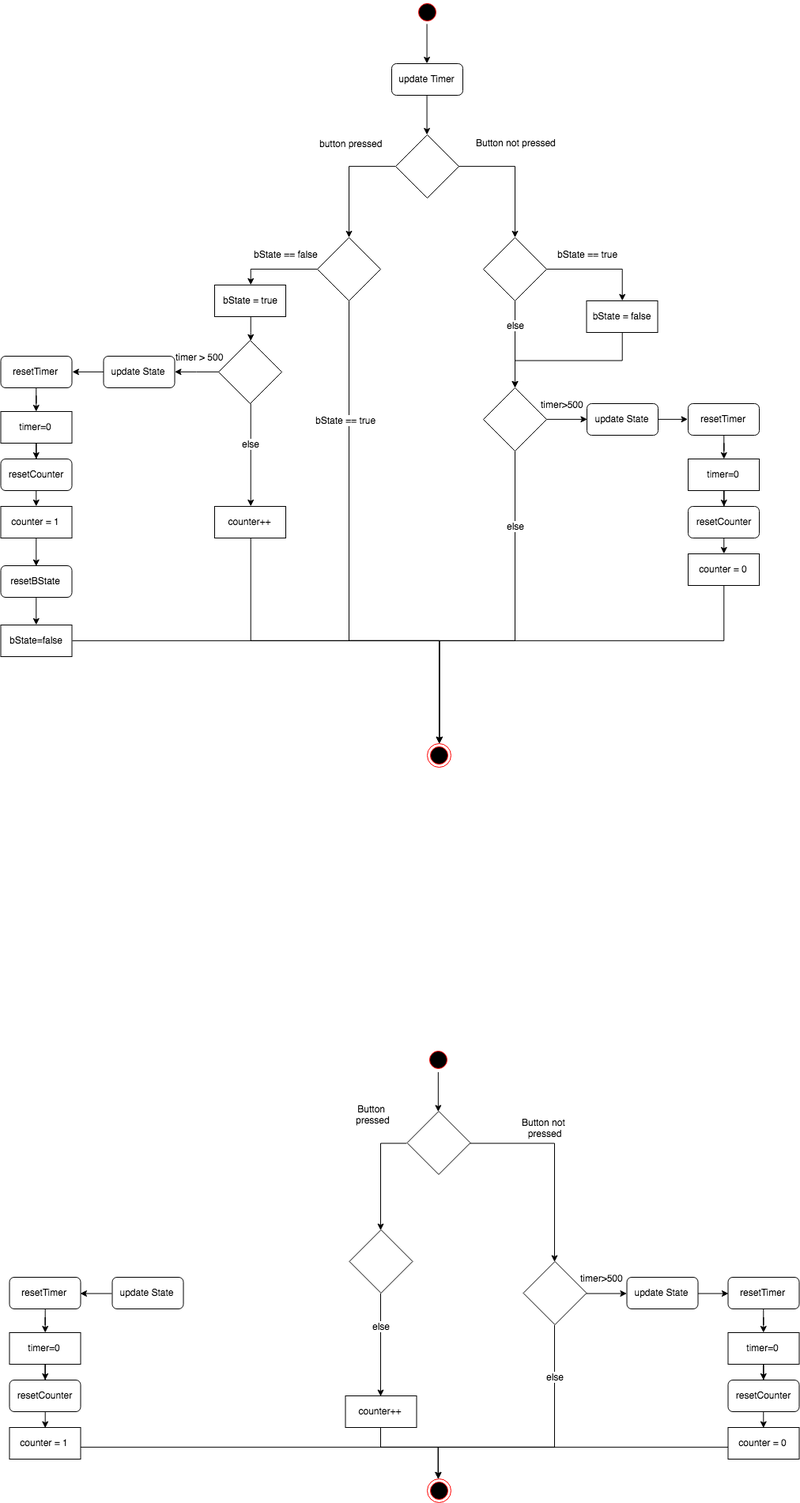
Above: doc/classes/ActionButton.png in LucasCoraca/M365-Unlocked (draw.io), before the change. Source tidied: cells renumbered, new cells last; positions are measured from the earlier drawing's top-left corner, leaving out a move shared by most shapes.
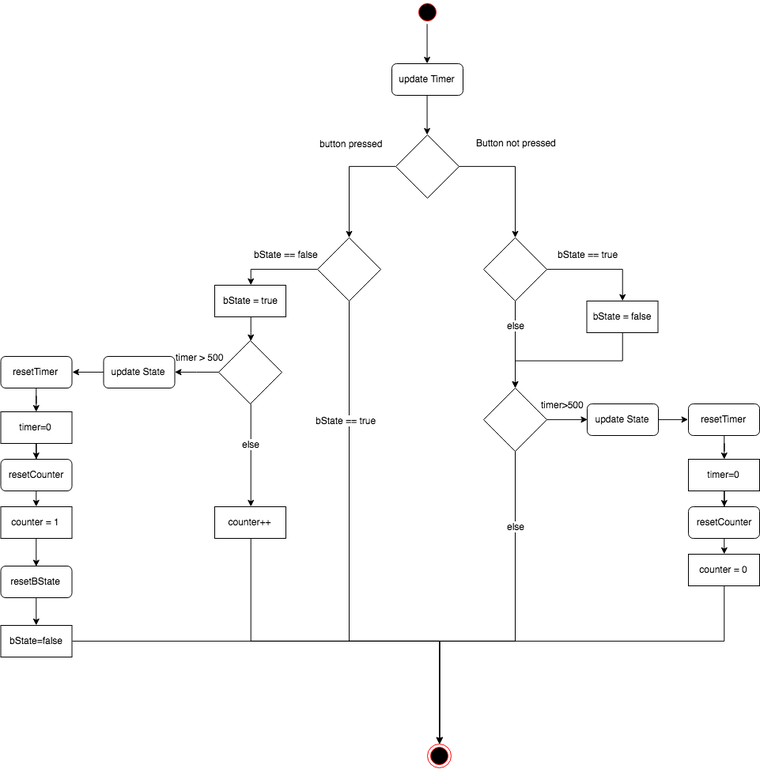
Later version of the same file.

Change to the diagram source:
```diff
@@ -2,154 +2,6 @@
   <root>
     <mxCell id="0" />
     <mxCell id="1" parent="0" />
-    <mxCell id="2" style="edgeStyle=orthogonalEdgeStyle;rounded=0;jettySize=auto;html=1;" parent="1" edge="1" source="3" target="9">
-      <mxGeometry relative="1" as="geometry" />
-    </mxCell>
-    <mxCell id="3" value="resetTimer" style="rounded=1;whiteSpace=wrap;html=1;" parent="1" vertex="1">
-      <mxGeometry x="10.5" y="1615" width="90" height="40" as="geometry" />
-    </mxCell>
-    <mxCell id="4" style="edgeStyle=orthogonalEdgeStyle;rounded=0;jettySize=auto;html=1;exitX=0.5;exitY=1;exitDx=0;exitDy=0;entryX=0.5;entryY=0;entryDx=0;entryDy=0;" parent="1" edge="1" source="5" target="7">
-      <mxGeometry relative="1" as="geometry" />
-    </mxCell>
-    <mxCell id="5" value="resetCounter" style="rounded=1;whiteSpace=wrap;html=1;" parent="1" vertex="1">
-      <mxGeometry x="10.5" y="1745" width="90" height="40" as="geometry" />
-    </mxCell>
-    <mxCell id="6" style="edgeStyle=orthogonalEdgeStyle;rounded=0;jettySize=auto;html=1;exitX=1;exitY=0.5;exitDx=0;exitDy=0;entryX=0.5;entryY=0;entryDx=0;entryDy=0;" parent="1" edge="1" source="7" target="39">
-      <mxGeometry relative="1" as="geometry">
-        <Array as="points">
-          <mxPoint x="100.5" y="1830" />
-          <mxPoint x="553.5" y="1830" />
-        </Array>
-      </mxGeometry>
-    </mxCell>
-    <mxCell id="7" value="counter = 1" style="rounded=0;whiteSpace=wrap;html=1;" parent="1" vertex="1">
-      <mxGeometry x="10.5" y="1805" width="90" height="40" as="geometry" />
-    </mxCell>
-    <mxCell id="8" style="edgeStyle=orthogonalEdgeStyle;rounded=0;jettySize=auto;html=1;" parent="1" edge="1" source="9" target="5">
-      <mxGeometry relative="1" as="geometry" />
-    </mxCell>
-    <mxCell id="9" value="timer=0" style="rounded=0;whiteSpace=wrap;html=1;" parent="1" vertex="1">
-      <mxGeometry x="10.5" y="1685" width="90" height="40" as="geometry" />
-    </mxCell>
-    <mxCell id="10" style="edgeStyle=orthogonalEdgeStyle;rounded=0;jettySize=auto;html=1;exitX=0.5;exitY=1;exitDx=0;exitDy=0;entryX=0.5;entryY=0;entryDx=0;entryDy=0;" parent="1" edge="1" source="12" target="14">
-      <mxGeometry relative="1" as="geometry" />
-    </mxCell>
-    <mxCell id="11" value="else" style="text;html=1;align=center;verticalAlign=middle;labelBackgroundColor=#ffffff;" parent="10" vertex="1">
-      <mxGeometry x="-0.47" y="-3" relative="1" as="geometry">
-        <mxPoint x="3" y="6" as="offset" />
-      </mxGeometry>
-    </mxCell>
-    <mxCell id="12" style="rhombus;whiteSpace=wrap;html=1;" parent="1" vertex="1">
-      <mxGeometry x="440.5" y="1555" width="80" height="80" as="geometry" />
-    </mxCell>
-    <mxCell id="13" style="edgeStyle=orthogonalEdgeStyle;rounded=0;jettySize=auto;html=1;exitX=0.5;exitY=1;exitDx=0;exitDy=0;entryX=0.5;entryY=0;entryDx=0;entryDy=0;" parent="1" edge="1" source="14" target="39">
-      <mxGeometry relative="1" as="geometry">
-        <Array as="points">
-          <mxPoint x="480.5" y="1830" />
-          <mxPoint x="553.5" y="1830" />
-        </Array>
-      </mxGeometry>
-    </mxCell>
-    <mxCell id="14" value="counter++" style="rounded=0;whiteSpace=wrap;html=1;" parent="1" vertex="1">
-      <mxGeometry x="435.5" y="1765" width="90" height="40" as="geometry" />
-    </mxCell>
-    <mxCell id="15" style="edgeStyle=orthogonalEdgeStyle;rounded=0;jettySize=auto;html=1;" parent="1" edge="1" source="16" target="22">
-      <mxGeometry relative="1" as="geometry" />
-    </mxCell>
-    <mxCell id="16" value="resetTimer" style="rounded=1;whiteSpace=wrap;html=1;" parent="1" vertex="1">
-      <mxGeometry x="919.5" y="1615" width="90" height="40" as="geometry" />
-    </mxCell>
-    <mxCell id="17" style="edgeStyle=orthogonalEdgeStyle;rounded=0;jettySize=auto;html=1;exitX=0.5;exitY=1;exitDx=0;exitDy=0;entryX=0.5;entryY=0;entryDx=0;entryDy=0;" parent="1" edge="1" source="18" target="20">
-      <mxGeometry relative="1" as="geometry" />
-    </mxCell>
-    <mxCell id="18" value="resetCounter" style="rounded=1;whiteSpace=wrap;html=1;" parent="1" vertex="1">
-      <mxGeometry x="919.5" y="1745" width="90" height="40" as="geometry" />
-    </mxCell>
-    <mxCell id="19" style="edgeStyle=orthogonalEdgeStyle;rounded=0;jettySize=auto;html=1;exitX=0;exitY=0.5;exitDx=0;exitDy=0;entryX=0.5;entryY=0;entryDx=0;entryDy=0;" parent="1" edge="1" source="20" target="39">
-      <mxGeometry relative="1" as="geometry">
-        <Array as="points">
-          <mxPoint x="919.5" y="1830" />
-          <mxPoint x="553.5" y="1830" />
-        </Array>
-      </mxGeometry>
-    </mxCell>
-    <mxCell id="20" value="counter = 0" style="rounded=0;whiteSpace=wrap;html=1;" parent="1" vertex="1">
-      <mxGeometry x="919.5" y="1805" width="90" height="40" as="geometry" />
-    </mxCell>
-    <mxCell id="21" style="edgeStyle=orthogonalEdgeStyle;rounded=0;jettySize=auto;html=1;" parent="1" edge="1" source="22" target="18">
-      <mxGeometry relative="1" as="geometry" />
-    </mxCell>
-    <mxCell id="22" value="timer=0" style="rounded=0;whiteSpace=wrap;html=1;" parent="1" vertex="1">
-      <mxGeometry x="919.5" y="1685" width="90" height="40" as="geometry" />
-    </mxCell>
-    <mxCell id="23" style="edgeStyle=orthogonalEdgeStyle;rounded=0;jettySize=auto;html=1;exitX=0.5;exitY=1;exitDx=0;exitDy=0;entryX=0.5;entryY=0;entryDx=0;entryDy=0;" parent="1" edge="1" source="27" target="39">
-      <mxGeometry relative="1" as="geometry">
-        <Array as="points">
-          <mxPoint x="700.5" y="1830" />
-          <mxPoint x="553.5" y="1830" />
-        </Array>
-      </mxGeometry>
-    </mxCell>
-    <mxCell id="24" value="else" style="text;html=1;align=center;verticalAlign=middle;labelBackgroundColor=#ffffff;" parent="23" vertex="1">
-      <mxGeometry x="-0.47" y="-3" relative="1" as="geometry">
-        <mxPoint x="3" y="-25" as="offset" />
-      </mxGeometry>
-    </mxCell>
-    <mxCell id="25" style="edgeStyle=orthogonalEdgeStyle;rounded=0;jettySize=auto;html=1;exitX=1;exitY=0.5;exitDx=0;exitDy=0;entryX=0;entryY=0.5;entryDx=0;entryDy=0;" parent="1" edge="1" source="27" target="38">
-      <mxGeometry relative="1" as="geometry" />
-    </mxCell>
-    <mxCell id="26" value="timer&amp;gt;500" style="text;html=1;align=center;verticalAlign=middle;labelBackgroundColor=#ffffff;" parent="25" vertex="1">
-      <mxGeometry x="-0.37" relative="1" as="geometry">
-        <mxPoint x="4" y="-20" as="offset" />
-      </mxGeometry>
-    </mxCell>
-    <mxCell id="27" style="rhombus;whiteSpace=wrap;html=1;" parent="1" vertex="1">
-      <mxGeometry x="660.5" y="1595" width="80" height="80" as="geometry" />
-    </mxCell>
-    <mxCell id="28" style="edgeStyle=orthogonalEdgeStyle;rounded=0;jettySize=auto;html=1;exitX=0.5;exitY=1;exitDx=0;exitDy=0;entryX=0.5;entryY=0;entryDx=0;entryDy=0;" parent="1" edge="1" source="29" target="34">
-      <mxGeometry relative="1" as="geometry" />
-    </mxCell>
-    <mxCell id="29" style="ellipse;html=1;shape=startState;fillColor=#000000;strokeColor=#ff0000;" parent="1" vertex="1">
-      <mxGeometry x="538" y="1325" width="30" height="30" as="geometry" />
-    </mxCell>
-    <mxCell id="30" style="edgeStyle=orthogonalEdgeStyle;rounded=0;jettySize=auto;html=1;exitX=1;exitY=0.5;exitDx=0;exitDy=0;" parent="1" edge="1" source="34" target="27">
-      <mxGeometry relative="1" as="geometry" />
-    </mxCell>
-    <mxCell id="31" value="Button not &lt;br&gt;pressed" style="text;html=1;align=center;verticalAlign=middle;labelBackgroundColor=#ffffff;" parent="30" vertex="1">
-      <mxGeometry x="-0.28" y="4" relative="1" as="geometry">
-        <mxPoint x="3" y="-16" as="offset" />
-      </mxGeometry>
-    </mxCell>
-    <mxCell id="32" style="edgeStyle=orthogonalEdgeStyle;rounded=0;jettySize=auto;html=1;exitX=0;exitY=0.5;exitDx=0;exitDy=0;entryX=0.5;entryY=0;entryDx=0;entryDy=0;" parent="1" edge="1" source="34" target="12">
-      <mxGeometry relative="1" as="geometry">
-        <Array as="points">
-          <mxPoint x="480.5" y="1445" />
-        </Array>
-      </mxGeometry>
-    </mxCell>
-    <mxCell id="33" value="Button &lt;br&gt;pressed" style="text;html=1;align=center;verticalAlign=middle;labelBackgroundColor=#ffffff;" parent="32" vertex="1">
-      <mxGeometry x="-0.4" y="-3" relative="1" as="geometry">
-        <mxPoint x="-7" y="-47" as="offset" />
-      </mxGeometry>
-    </mxCell>
-    <mxCell id="34" style="rhombus;whiteSpace=wrap;html=1;" parent="1" vertex="1">
-      <mxGeometry x="513.5" y="1405" width="80" height="80" as="geometry" />
-    </mxCell>
-    <mxCell id="35" style="edgeStyle=orthogonalEdgeStyle;rounded=0;jettySize=auto;html=1;exitX=0;exitY=0.5;exitDx=0;exitDy=0;entryX=1;entryY=0.5;entryDx=0;entryDy=0;" parent="1" edge="1" source="36" target="3">
-      <mxGeometry relative="1" as="geometry" />
-    </mxCell>
-    <mxCell id="36" value="update State" style="rounded=1;whiteSpace=wrap;html=1;" parent="1" vertex="1">
-      <mxGeometry x="140.5" y="1615" width="90" height="40" as="geometry" />
-    </mxCell>
-    <mxCell id="37" style="edgeStyle=orthogonalEdgeStyle;rounded=0;jettySize=auto;html=1;exitX=1;exitY=0.5;exitDx=0;exitDy=0;entryX=0;entryY=0.5;entryDx=0;entryDy=0;" parent="1" edge="1" source="38" target="16">
-      <mxGeometry relative="1" as="geometry" />
-    </mxCell>
-    <mxCell id="38" value="update State" style="rounded=1;whiteSpace=wrap;html=1;" parent="1" vertex="1">
-      <mxGeometry x="791.5" y="1615" width="90" height="40" as="geometry" />
-    </mxCell>
-    <mxCell id="39" style="ellipse;html=1;shape=endState;fillColor=#000000;strokeColor=#ff0000;" parent="1" vertex="1">
-      <mxGeometry x="538.5" y="1870" width="30" height="30" as="geometry" />
-    </mxCell>
     <mxCell id="40" style="edgeStyle=orthogonalEdgeStyle;rounded=0;jettySize=auto;html=1;exitX=0.5;exitY=1;exitDx=0;exitDy=0;entryX=0.5;entryY=0;entryDx=0;entryDy=0;" parent="1" edge="1" source="41" target="99">
       <mxGeometry relative="1" as="geometry" />
     </mxCell>
```
